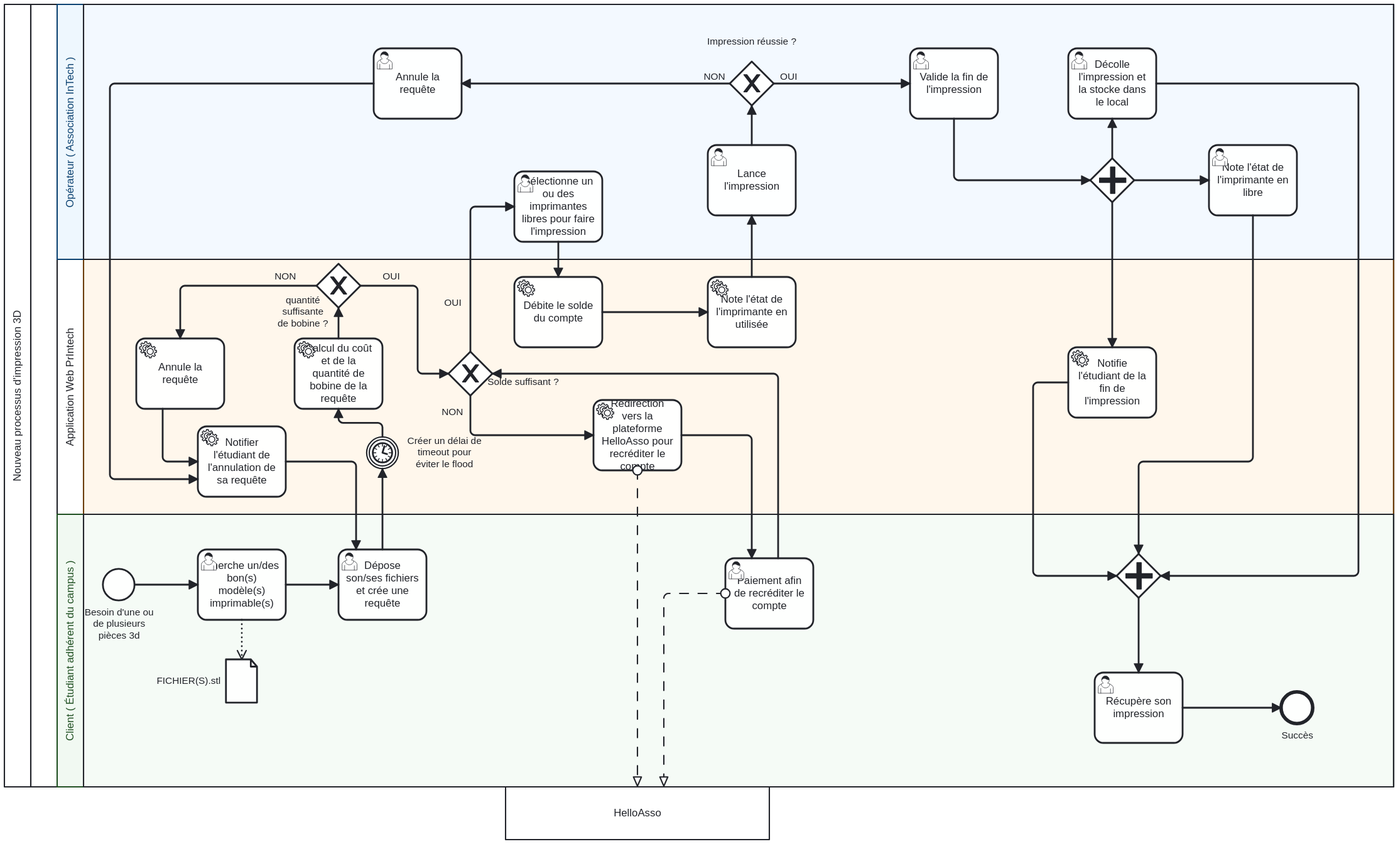
Earlier version of the BPMN export Livrable/diagrams/bpmn-after-diagram.svg (Association-INTech/prINTech). Its source is kept beside it as Livrable/diagrams/bpmn-after-diagram.bpmn. Ids are renumbered.
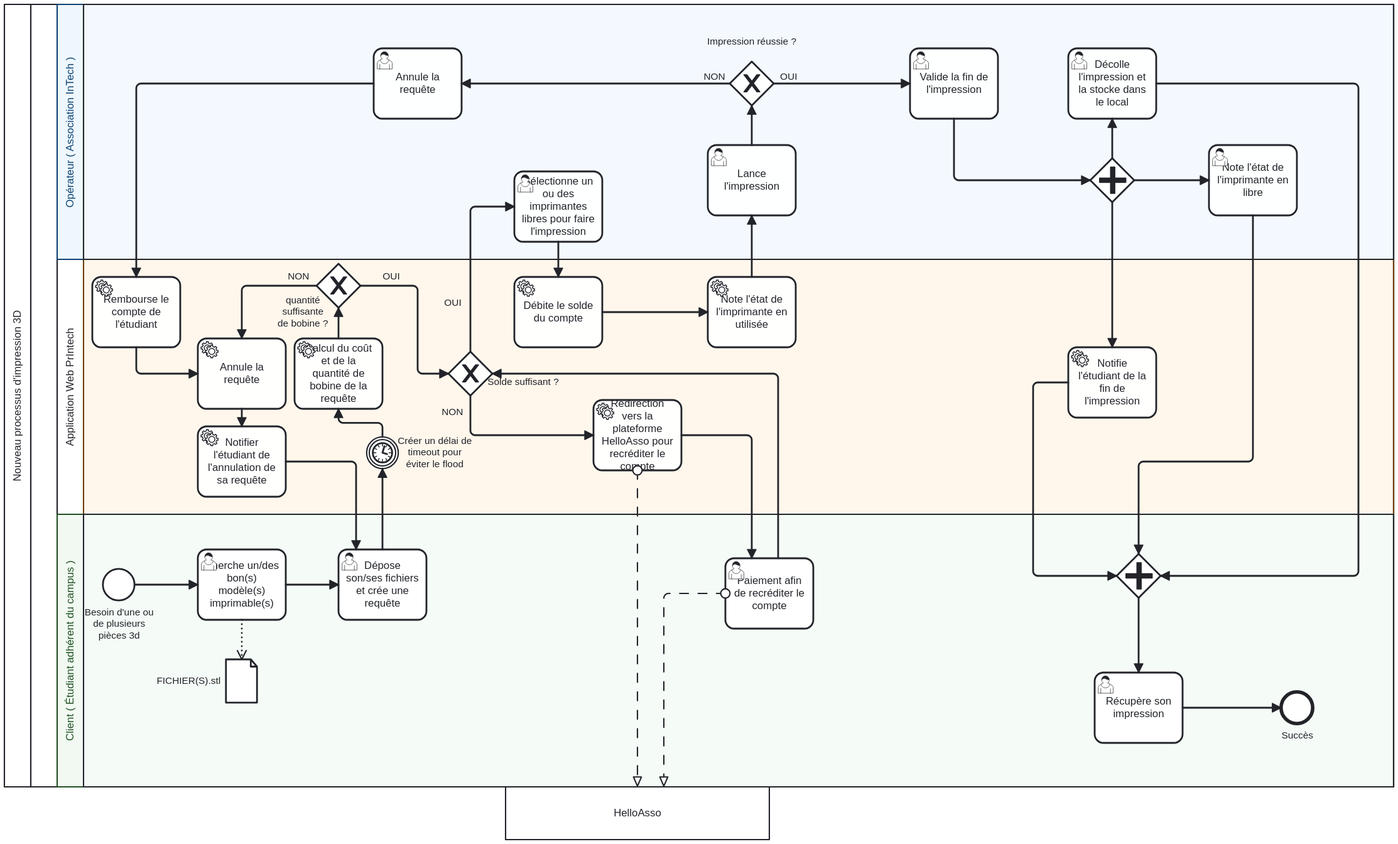
After the commit.

Commit message:
modified bpmn after diagram

Change to the diagram source:
```diff
@@ -12,7 +12,6 @@
         <flowNodeRef>Activity_n11</flowNodeRef>
         <flowNodeRef>Gateway_n12</flowNodeRef>
         <flowNodeRef>Gateway_n13</flowNodeRef>
-        <flowNodeRef>Activity_n14</flowNodeRef>
         <flowNodeRef>Activity_n7</flowNodeRef>
         <flowNodeRef>Activity_n15</flowNodeRef>
         <flowNodeRef>Activity_n16</flowNodeRef>
@@ -33,6 +32,8 @@
         <flowNodeRef>Activity_n30</flowNodeRef>
         <flowNodeRef>Activity_n31</flowNodeRef>
         <flowNodeRef>Activity_n32</flowNodeRef>
+        <flowNodeRef>Activity_n76</flowNodeRef>
+        <flowNodeRef>Activity_n14</flowNodeRef>
         <childLaneSet id="LaneSet_n33">
           <lane id="Lane_n34" name="Opérateur ( Association InTech )">
             <flowNodeRef>Activity_n15</flowNodeRef>
@@ -80,25 +81,27 @@
             <flowNodeRef>Activity_n11</flowNodeRef>
             <flowNodeRef>Gateway_n12</flowNodeRef>
             <flowNodeRef>Gateway_n13</flowNodeRef>
-            <flowNodeRef>Activity_n14</flowNodeRef>
             <flowNodeRef>Event_n19</flowNodeRef>
             <flowNodeRef>Activity_n5</flowNodeRef>
             <flowNodeRef>Activity_n20</flowNodeRef>
             <flowNodeRef>Activity_n25</flowNodeRef>
             <flowNodeRef>Activity_n29</flowNodeRef>
             <flowNodeRef>Activity_n31</flowNodeRef>
+            <flowNodeRef>Activity_n76</flowNodeRef>
+            <flowNodeRef>Activity_n14</flowNodeRef>
             <childLaneSet id="LaneSet_n41">
               <lane id="Lane_n42">
                 <flowNodeRef>Activity_n11</flowNodeRef>
                 <flowNodeRef>Gateway_n12</flowNodeRef>
                 <flowNodeRef>Gateway_n13</flowNodeRef>
-                <flowNodeRef>Activity_n14</flowNodeRef>
                 <flowNodeRef>Event_n19</flowNodeRef>
                 <flowNodeRef>Activity_n5</flowNodeRef>
                 <flowNodeRef>Activity_n20</flowNodeRef>
                 <flowNodeRef>Activity_n25</flowNodeRef>
                 <flowNodeRef>Activity_n29</flowNodeRef>
                 <flowNodeRef>Activity_n31</flowNodeRef>
+                <flowNodeRef>Activity_n76</flowNodeRef>
+                <flowNodeRef>Activity_n14</flowNodeRef>
               </lane>
             </childLaneSet>
           </lane>
@@ -123,10 +126,6 @@
       <outgoing>Flow_n46</outgoing>
       <outgoing>Flow_n50</outgoing>
     </exclusiveGateway>
-    <serviceTask id="Activity_n14" name="Annule la requête">
-      <incoming>Flow_n50</incoming>
-      <outgoing>Flow_n51</outgoing>
-    </serviceTask>
     <userTask id="Activity_n7" name="Paiement afin de recréditer le compte">
       <incoming>Flow_n52</incoming>
       <outgoing>Flow_n47</outgoing>
@@ -146,7 +145,7 @@
     </exclusiveGateway>
     <userTask id="Activity_n18" name="Annule la requête">
       <incoming>Flow_n57</incoming>
-      <outgoing>Flow_n58</outgoing>
+      <outgoing>Flow_n77</outgoing>
     </userTask>
     <intermediateCatchEvent id="Event_n19" name="Créer un délai de timeout pour éviter le flood">
       <incoming>Flow_n59</incoming>
@@ -159,7 +158,6 @@
     </serviceTask>
     <serviceTask id="Activity_n20" name="Notifier l&#39;étudiant de l&#39;annulation de sa requête">
       <incoming>Flow_n51</incoming>
-      <incoming>Flow_n58</incoming>
       <outgoing>Flow_n61</outgoing>
     </serviceTask>
     <userTask id="Activity_n21" name="Cherche un/des bon(s) modèle(s) imprimable(s)">
@@ -219,7 +217,6 @@
     <sequenceFlow id="Flow_n55" name="OUI" sourceRef="Gateway_n17" targetRef="Activity_n16" />
     <sequenceFlow id="Flow_n56" sourceRef="Activity_n16" targetRef="Gateway_n23" />
     <sequenceFlow id="Flow_n57" name="NON" sourceRef="Gateway_n17" targetRef="Activity_n18" />
-    <sequenceFlow id="Flow_n58" sourceRef="Activity_n18" targetRef="Activity_n20" />
     <sequenceFlow id="Flow_n59" sourceRef="Activity_n22" targetRef="Event_n19" />
     <sequenceFlow id="Flow_n61" sourceRef="Activity_n20" targetRef="Activity_n22" />
     <sequenceFlow id="Flow_n62" sourceRef="Activity_n21" targetRef="Activity_n22" />
@@ -248,6 +245,17 @@
       <incoming>Flow_n68</incoming>
       <outgoing>Flow_n73</outgoing>
     </userTask>
+    <sequenceFlow id="Flow_n77" sourceRef="Activity_n18" targetRef="Activity_n76" />
+    <sequenceFlow id="Flow_n78" sourceRef="Activity_n76" targetRef="Activity_n14" />
+    <serviceTask id="Activity_n76" name="Rembourse le compte de l&#39;étudiant">
+      <incoming>Flow_n77</incoming>
+      <outgoing>Flow_n78</outgoing>
+    </serviceTask>
+    <serviceTask id="Activity_n14" name="Annule la requête">
+      <incoming>Flow_n50</incoming>
+      <incoming>Flow_n78</incoming>
+      <outgoing>Flow_n51</outgoing>
+    </serviceTask>
   </process>
   <bpmndi:BPMNDiagram id="BpmnDiagram_1">
     <bpmndi:BPMNPlane id="BpmnPlane_1" bpmnElement="Collaboration_n1">
@@ -301,10 +309,6 @@
           <omgdc:Bounds x="468" y="410" width="63" height="40" />
         </bpmndi:BPMNLabel>
       </bpmndi:BPMNShape>
-      <bpmndi:BPMNShape id="Activity_1afup5z_di" bpmnElement="Activity_n14">
-        <omgdc:Bounds x="310" y="460" width="100" height="80" />
-        <bpmndi:BPMNLabel />
-      </bpmndi:BPMNShape>
       <bpmndi:BPMNShape id="Activity_10frihd_di" bpmnElement="Activity_n7">
         <omgdc:Bounds x="980" y="710" width="100" height="80" />
       </bpmndi:BPMNShape>
@@ -328,7 +332,7 @@
       <bpmndi:BPMNShape id="Event_1xd3leq_di" bpmnElement="Event_n19">
         <omgdc:Bounds x="572" y="572" width="36" height="36" />
         <bpmndi:BPMNLabel>
-          <omgdc:Bounds x="618" y="570" width="85" height="40" />
+          <omgdc:Bounds x="607" y="570" width="85" height="40" />
         </bpmndi:BPMNLabel>
       </bpmndi:BPMNShape>
       <bpmndi:BPMNShape id="Activity_1udez61_di" bpmnElement="Activity_n5">
@@ -387,6 +391,13 @@
       <bpmndi:BPMNShape id="Activity_0b14vf6_di" bpmnElement="Activity_n32">
         <omgdc:Bounds x="1530" y="240" width="100" height="80" />
       </bpmndi:BPMNShape>
+      <bpmndi:BPMNShape id="Activity_0tx8nhg_di" bpmnElement="Activity_n76">
+        <omgdc:Bounds x="260" y="390" width="100" height="80" />
+      </bpmndi:BPMNShape>
+      <bpmndi:BPMNShape id="Activity_1afup5z_di" bpmnElement="Activity_n14">
+        <omgdc:Bounds x="380" y="460" width="100" height="80" />
+        <bpmndi:BPMNLabel />
+      </bpmndi:BPMNShape>
       <bpmndi:BPMNEdge id="Flow_n43_di" bpmnElement="Flow_n43">
         <omgdi:waypoint x="308" y="740" />
         <omgdi:waypoint x="380" y="740" />
@@ -433,16 +444,15 @@
       </bpmndi:BPMNEdge>
       <bpmndi:BPMNEdge id="Flow_n50_di" bpmnElement="Flow_n50">
         <omgdi:waypoint x="515" y="400" />
-        <omgdi:waypoint x="360" y="400" />
-        <omgdi:waypoint x="360" y="460" />
+        <omgdi:waypoint x="430" y="400" />
+        <omgdi:waypoint x="430" y="460" />
         <bpmndi:BPMNLabel>
-          <omgdc:Bounds x="467" y="383" width="25" height="14" />
+          <omgdc:Bounds x="482" y="383" width="25" height="14" />
         </bpmndi:BPMNLabel>
       </bpmndi:BPMNEdge>
       <bpmndi:BPMNEdge id="Flow_n51_di" bpmnElement="Flow_n51">
-        <omgdi:waypoint x="340" y="540" />
-        <omgdi:waypoint x="340" y="600" />
-        <omgdi:waypoint x="380" y="600" />
+        <omgdi:waypoint x="430" y="540" />
+        <omgdi:waypoint x="430" y="560" />
       </bpmndi:BPMNEdge>
       <bpmndi:BPMNEdge id="Flow_n74_di" bpmnElement="Flow_n74">
         <omgdi:waypoint x="790" y="350" />
@@ -479,12 +489,6 @@
         <bpmndi:BPMNLabel>
           <omgdc:Bounds x="955" y="155.5" width="25" height="14" />
         </bpmndi:BPMNLabel>
-      </bpmndi:BPMNEdge>
-      <bpmndi:BPMNEdge id="Flow_n58_di" bpmnElement="Flow_n58">
-        <omgdi:waypoint x="580" y="170" />
-        <omgdi:waypoint x="280" y="170" />
-        <omgdi:waypoint x="280" y="620" />
-        <omgdi:waypoint x="380" y="620" />
       </bpmndi:BPMNEdge>
       <bpmndi:BPMNEdge id="Flow_n59_di" bpmnElement="Flow_n59">
         <omgdi:waypoint x="590" y="700" />
@@ -541,6 +545,16 @@
         <omgdi:waypoint x="1450" y="600" />
         <omgdi:waypoint x="1450" y="705" />
       </bpmndi:BPMNEdge>
+      <bpmndi:BPMNEdge id="Flow_n77_di" bpmnElement="Flow_n77">
+        <omgdi:waypoint x="580" y="170" />
+        <omgdi:waypoint x="310" y="170" />
+        <omgdi:waypoint x="310" y="390" />
+      </bpmndi:BPMNEdge>
+      <bpmndi:BPMNEdge id="Flow_n78_di" bpmnElement="Flow_n78">
+        <omgdi:waypoint x="310" y="470" />
+        <omgdi:waypoint x="310" y="500" />
+        <omgdi:waypoint x="380" y="500" />
+      </bpmndi:BPMNEdge>
       <bpmndi:BPMNShape id="Participant_1gljjvh_di" bpmnElement="Participant_n3" isHorizontal="true">
         <omgdc:Bounds x="730" y="970" width="300" height="60" />
         <bpmndi:BPMNLabel />
```
